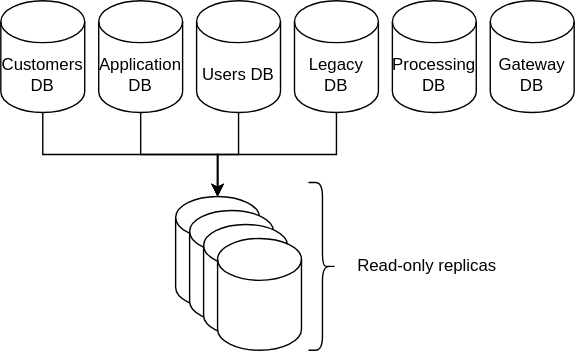
Before: presentations/diagrams/problem-1-solution.svg, a diagram exported from draw.io (andykuszyk/andykuszyk.github.io). Source tidied: cells renumbered, new cells last; positions are measured from the earlier drawing's top-left corner, leaving out a move shared by most shapes.
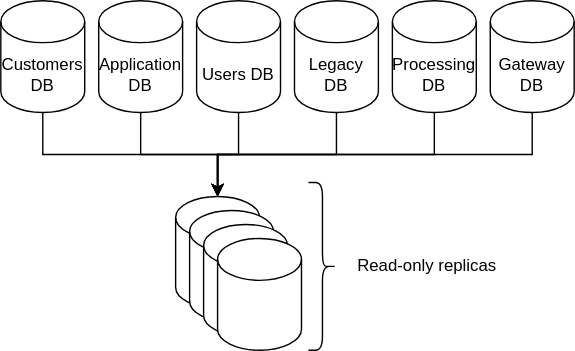
The same diagram one commit later.

Diff of the diagram source:
```diff
@@ -25,9 +25,15 @@
     <mxCell id="8" value="Users DB" style="shape=cylinder3;whiteSpace=wrap;html=1;boundedLbl=1;backgroundOutline=1;size=15;" parent="1" vertex="1">
       <mxGeometry x="140" width="60" height="80" as="geometry" />
     </mxCell>
+    <mxCell id="19" style="edgeStyle=orthogonalEdgeStyle;rounded=0;jettySize=auto;html=1;entryX=0.5;entryY=0;entryDx=0;entryDy=0;entryPerimeter=0;exitX=0.5;exitY=1;exitDx=0;exitDy=0;exitPerimeter=0;" parent="1" edge="1" source="9" target="13">
+      <mxGeometry relative="1" as="geometry" />
+    </mxCell>
     <mxCell id="9" value="Gateway DB" style="shape=cylinder3;whiteSpace=wrap;html=1;boundedLbl=1;backgroundOutline=1;size=15;" parent="1" vertex="1">
       <mxGeometry x="350" width="60" height="80" as="geometry" />
     </mxCell>
+    <mxCell id="20" style="edgeStyle=orthogonalEdgeStyle;rounded=0;jettySize=auto;html=1;entryX=0.5;entryY=0;entryDx=0;entryDy=0;entryPerimeter=0;exitX=0.5;exitY=1;exitDx=0;exitDy=0;exitPerimeter=0;" parent="1" edge="1" source="10" target="13">
+      <mxGeometry relative="1" as="geometry" />
+    </mxCell>
     <mxCell id="10" value="Processing DB" style="shape=cylinder3;whiteSpace=wrap;html=1;boundedLbl=1;backgroundOutline=1;size=15;" parent="1" vertex="1">
       <mxGeometry x="280" width="60" height="80" as="geometry" />
     </mxCell>
```
